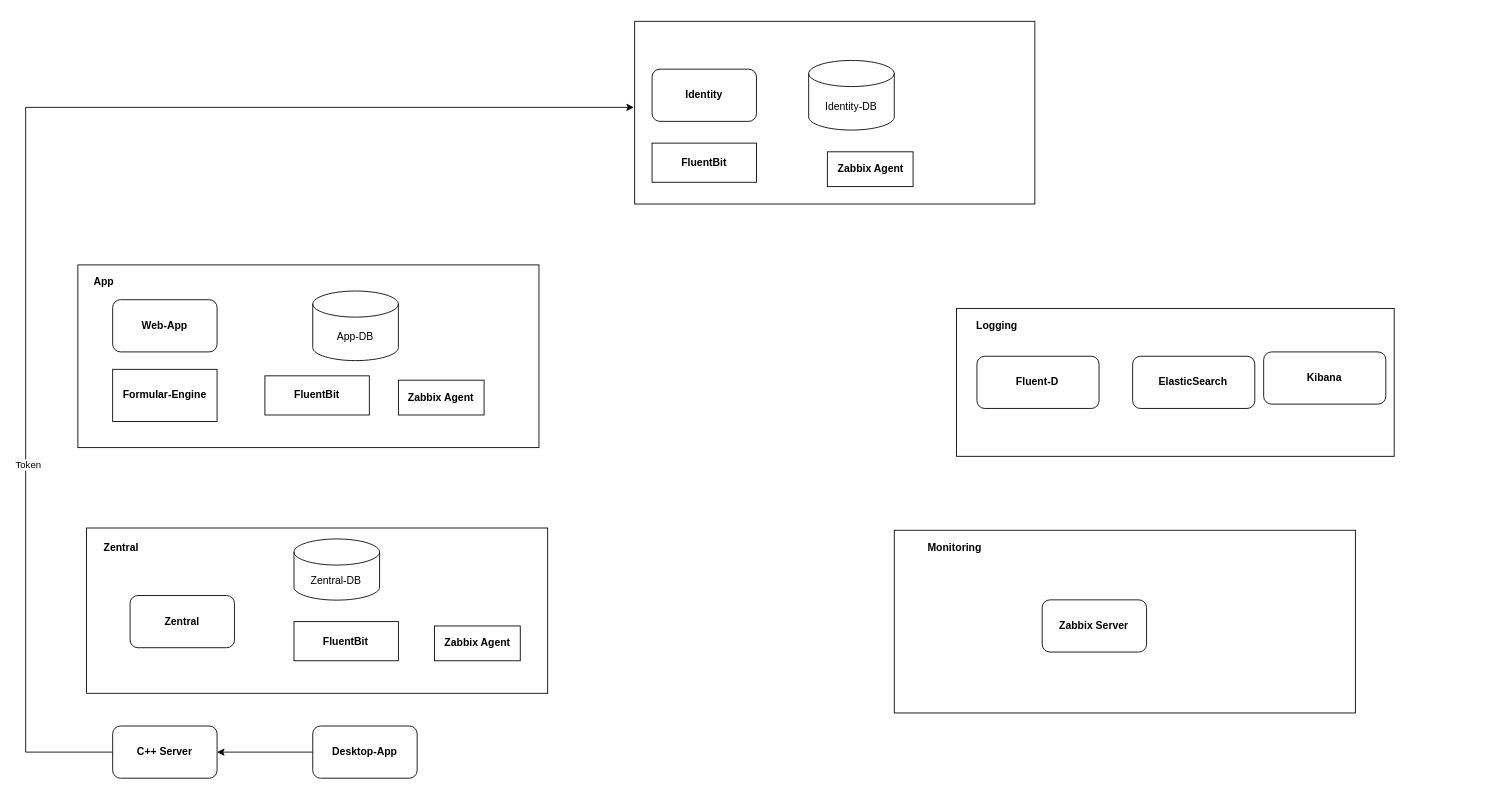
Before: NextGen.drawio in mats68/next-gen-diagramm, a draw.io diagram. Source tidied: cells renumbered, new cells numbered last; positions are measured from the earlier drawing's top-left corner, leaving out a move shared by most shapes. Both pictures are drawn from the tidied source at 87%, with x=0, y=0 at pixel (25, 21).
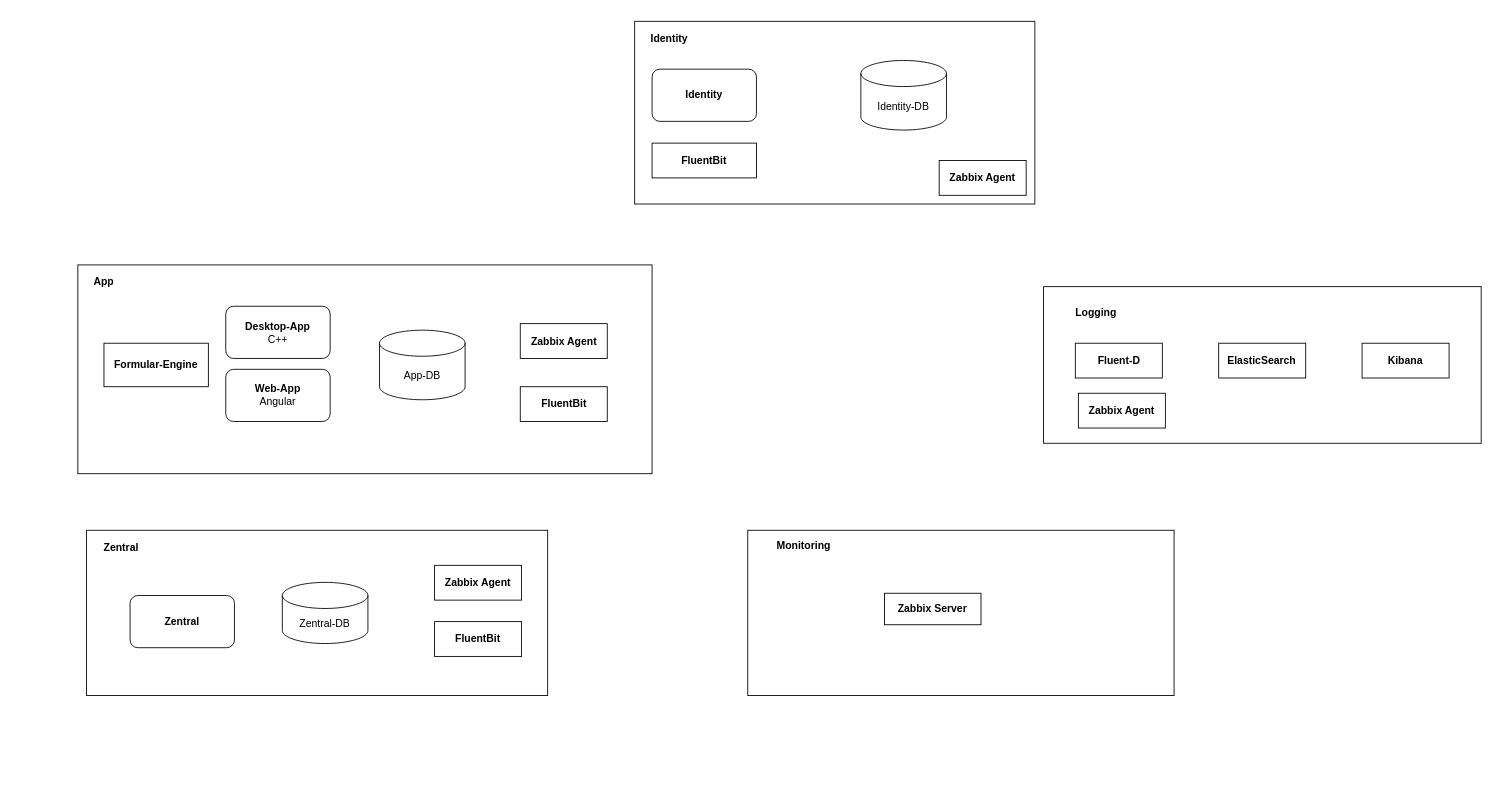
The same page after the edit.

The change refers to these unchanged cells:
```xml
<mxCell id="4" style="rounded=0;whiteSpace=wrap;html=1;" parent="1" vertex="1">
  <mxGeometry x="700" width="460" height="210" as="geometry" />
</mxCell>
```

Diff of the diagram source:
```diff
@@
     <mxCell id="2" style="rounded=0;whiteSpace=wrap;html=1;" parent="1" vertex="1">
-      <mxGeometry x="60" y="280" width="530" height="210" as="geometry" />
+      <mxGeometry x="60" y="280" width="660" height="240" as="geometry" />
     </mxCell>
-    <mxCell id="3" value="&lt;b&gt;Web-App&lt;br&gt;&lt;/b&gt;" style="rounded=1;whiteSpace=wrap;html=1;" parent="1" vertex="1">
-      <mxGeometry x="100" y="320" width="120" height="60" as="geometry" />
+    <mxCell id="3" value="&lt;b&gt;Web-App&lt;/b&gt;&lt;br&gt;Angular" style="rounded=1;whiteSpace=wrap;html=1;" parent="1" vertex="1">
+      <mxGeometry x="230" y="400" width="120" height="60" as="geometry" />
     </mxCell>
@@
-    <mxCell id="6" style="edgeStyle=elbowEdgeStyle;rounded=0;jettySize=auto;html=1;exitX=0;exitY=0.5;exitDx=0;exitDy=0;entryX=-0.002;entryY=0.471;entryDx=0;entryDy=0;entryPerimeter=0;" parent="1" edge="1" source="8" target="4">
-      <mxGeometry relative="1" as="geometry">
-        <Array as="points">
-          <mxPoint y="380" />
-          <mxPoint x="190" y="90" />
-          <mxPoint x="30" y="450" />
-        </Array>
-      </mxGeometry>
-    </mxCell>
-    <mxCell id="7" value="Token" style="edgeLabel;html=1;align=center;verticalAlign=middle;" parent="6" vertex="1">
-      <mxGeometry x="-0.44" y="-2" relative="1" as="geometry" />
-    </mxCell>
-    <mxCell id="8" value="&lt;b&gt;C++ Server&lt;/b&gt;" style="rounded=1;whiteSpace=wrap;html=1;" parent="1" vertex="1">
-      <mxGeometry x="100" y="810" width="120" height="60" as="geometry" />
-    </mxCell>
-    <mxCell id="9" style="edgeStyle=elbowEdgeStyle;rounded=0;jettySize=auto;html=1;exitX=0;exitY=0.5;exitDx=0;exitDy=0;entryX=1;entryY=0.5;entryDx=0;entryDy=0;" parent="1" edge="1" source="10" target="8">
-      <mxGeometry relative="1" as="geometry" />
-    </mxCell>
-    <mxCell id="10" value="&lt;b&gt;Desktop-App&lt;/b&gt;" style="rounded=1;whiteSpace=wrap;html=1;" parent="1" vertex="1">
-      <mxGeometry x="330" y="810" width="120" height="60" as="geometry" />
+    <mxCell id="10" value="&lt;b&gt;Desktop-App&lt;/b&gt;&lt;br&gt;C++" style="rounded=1;whiteSpace=wrap;html=1;" parent="1" vertex="1">
+      <mxGeometry x="230" y="327.5" width="120" height="60" as="geometry" />
     </mxCell>
     <mxCell id="11" value="Formular-Engine" style="rounded=0;whiteSpace=wrap;html=1;fontStyle=1;" parent="1" vertex="1">
-      <mxGeometry x="100" y="400" width="120" height="60" as="geometry" />
+      <mxGeometry x="90" y="370" width="120" height="50" as="geometry" />
     </mxCell>
-    <mxCell id="12" style="group;" parent="1" vertex="1">
-      <mxGeometry x="1070" y="330" width="503" height="170" as="geometry" />
-    </mxCell>
-    <mxCell id="13" style="rounded=0;whiteSpace=wrap;html=1;" parent="12" vertex="1">
-      <mxGeometry width="503" height="170" as="geometry" />
-    </mxCell>
-    <mxCell id="14" style="group;" parent="12" vertex="1">
-      <mxGeometry x="23.4" y="10" width="470" height="105" as="geometry" />
-    </mxCell>
-    <mxCell id="15" value="&lt;b&gt;Logging&lt;/b&gt;" style="text;html=1;strokeColor=none;fillColor=none;align=center;verticalAlign=middle;whiteSpace=wrap;rounded=0;" parent="14" vertex="1">
-      <mxGeometry width="46.8" height="20" as="geometry" />
-    </mxCell>
-    <mxCell id="16" value="&lt;b&gt;Fluent-D&lt;/b&gt;" style="rounded=1;whiteSpace=wrap;html=1;" parent="14" vertex="1">
-      <mxGeometry y="45" width="140.4" height="60" as="geometry" />
-    </mxCell>
-    <mxCell id="17" value="&lt;b&gt;ElasticSearch&lt;br&gt;&lt;/b&gt;" style="rounded=1;whiteSpace=wrap;html=1;" parent="14" vertex="1">
-      <mxGeometry x="179" y="45" width="140.4" height="60" as="geometry" />
-    </mxCell>
-    <mxCell id="18" value="&lt;b&gt;Kibana&lt;/b&gt;" style="rounded=1;whiteSpace=wrap;html=1;" parent="14" vertex="1">
-      <mxGeometry x="329.6" y="40" width="140.4" height="60" as="geometry" />
-    </mxCell>
@@
     <mxCell id="22" value="App-DB" style="shape=cylinder3;whiteSpace=wrap;html=1;boundedLbl=1;backgroundOutline=1;size=15;" parent="1" vertex="1">
-      <mxGeometry x="330" y="310" width="98.4" height="80" as="geometry" />
+      <mxGeometry x="406.7" y="355" width="98.4" height="80" as="geometry" />
     </mxCell>
@@
     <mxCell id="24" value="Identity-DB" style="shape=cylinder3;whiteSpace=wrap;html=1;boundedLbl=1;backgroundOutline=1;size=15;" parent="1" vertex="1">
-      <mxGeometry x="900" y="45" width="98.4" height="80" as="geometry" />
+      <mxGeometry x="960" y="45" width="98.4" height="80" as="geometry" />
     </mxCell>
     <mxCell id="25" style="rounded=0;whiteSpace=wrap;html=1;" parent="1" vertex="1">
-      <mxGeometry x="70" y="582.4" width="530" height="190" as="geometry" />
+      <mxGeometry x="70" y="585" width="530" height="190" as="geometry" />
     </mxCell>
@@
     <mxCell id="27" value="Zentral-DB" style="shape=cylinder3;whiteSpace=wrap;html=1;boundedLbl=1;backgroundOutline=1;size=15;" parent="1" vertex="1">
-      <mxGeometry x="308.4" y="595" width="98.4" height="70.3" as="geometry" />
+      <mxGeometry x="295" y="644.9" width="98.4" height="70.3" as="geometry" />
     </mxCell>
@@
     <mxCell id="29" value="&lt;b&gt;FluentBit&lt;/b&gt;" style="rounded=0;whiteSpace=wrap;html=1;" parent="1" vertex="1">
-      <mxGeometry x="720" y="140" width="120" height="45" as="geometry" />
+      <mxGeometry x="720" y="140" width="120" height="40" as="geometry" />
     </mxCell>
     <mxCell id="30" value="&lt;b&gt;FluentBit&lt;/b&gt;" style="rounded=0;whiteSpace=wrap;html=1;" parent="1" vertex="1">
-      <mxGeometry x="308.4" y="690" width="120" height="45" as="geometry" />
+      <mxGeometry x="470" y="690" width="100" height="40" as="geometry" />
     </mxCell>
     <mxCell id="31" value="&lt;b&gt;FluentBit&lt;/b&gt;" style="rounded=0;whiteSpace=wrap;html=1;" parent="1" vertex="1">
-      <mxGeometry x="275" y="407.5" width="120" height="45" as="geometry" />
+      <mxGeometry x="568.5" y="420" width="100" height="40" as="geometry" />
     </mxCell>
     <mxCell id="32" value="&lt;b&gt;Zabbix Agent&lt;/b&gt;" style="rounded=0;whiteSpace=wrap;html=1;" parent="1" vertex="1">
-      <mxGeometry x="921.5" y="150" width="98.5" height="40" as="geometry" />
+      <mxGeometry x="1050" y="160" width="100" height="40" as="geometry" />
     </mxCell>
     <mxCell id="33" value="&lt;b&gt;Zabbix Agent&lt;/b&gt;" style="rounded=0;whiteSpace=wrap;html=1;" parent="1" vertex="1">
-      <mxGeometry x="428.4" y="412.5" width="98.5" height="40" as="geometry" />
+      <mxGeometry x="568.5" y="347.5" width="100" height="40" as="geometry" />
     </mxCell>
     <mxCell id="34" value="&lt;b&gt;Zabbix Agent&lt;/b&gt;" style="rounded=0;whiteSpace=wrap;html=1;" parent="1" vertex="1">
-      <mxGeometry x="470" y="695" width="98.5" height="40" as="geometry" />
+      <mxGeometry x="470" y="625.3" width="100" height="40" as="geometry" />
     </mxCell>
     <mxCell id="35" style="group;" parent="1" vertex="1">
-      <mxGeometry x="998.4" y="585" width="530" height="210" as="geometry" />
+      <mxGeometry x="830" y="585" width="490" height="190" as="geometry" />
     </mxCell>
     <mxCell id="36" style="rounded=0;whiteSpace=wrap;html=1;" parent="35" vertex="1">
-      <mxGeometry width="530" height="210" as="geometry" />
+      <mxGeometry width="490" height="190" as="geometry" />
     </mxCell>
     <mxCell id="37" value="Monitoring&lt;br&gt;" style="text;html=1;strokeColor=none;fillColor=none;align=center;verticalAlign=middle;whiteSpace=wrap;rounded=0;fontStyle=1;" parent="35" vertex="1">
-      <mxGeometry y="10" width="140" height="20" as="geometry" />
+      <mxGeometry y="9" width="129.4" height="18.1" as="geometry" />
     </mxCell>
-    <mxCell id="38" value="&lt;b&gt;Zabbix Server&lt;/b&gt;" style="rounded=1;whiteSpace=wrap;html=1;" parent="35" vertex="1">
-      <mxGeometry x="170" y="80" width="120" height="60" as="geometry" />
+    <mxCell id="38" value="&lt;b&gt;Zabbix Server&lt;/b&gt;" style="rounded=0;whiteSpace=wrap;html=1;" parent="35" vertex="1">
+      <mxGeometry x="157.2" y="72.4" width="110.9" height="36.2" as="geometry" />
     </mxCell>
+    <mxCell id="39" value="&lt;b&gt;Identity&lt;/b&gt;" style="text;html=1;strokeColor=none;fillColor=none;align=center;verticalAlign=middle;whiteSpace=wrap;rounded=0;" parent="1" vertex="1">
+      <mxGeometry x="720" y="10" width="40" height="20" as="geometry" />
+    </mxCell>
+    <mxCell id="40" style="group;" parent="1" vertex="1">
+      <mxGeometry x="1170" y="305" width="503" height="180" as="geometry" />
+    </mxCell>
+    <mxCell id="13" style="rounded=0;whiteSpace=wrap;html=1;" parent="40" vertex="1">
+      <mxGeometry width="503" height="180" as="geometry" />
+    </mxCell>
+    <mxCell id="15" value="&lt;b&gt;Logging&lt;/b&gt;" style="text;html=1;strokeColor=none;fillColor=none;align=center;verticalAlign=middle;whiteSpace=wrap;rounded=0;" parent="40" vertex="1">
+      <mxGeometry x="36.5" y="20" width="46.8" height="20" as="geometry" />
+    </mxCell>
+    <mxCell id="16" value="&lt;b&gt;Fluent-D&lt;/b&gt;" style="rounded=0;whiteSpace=wrap;html=1;" parent="40" vertex="1">
+      <mxGeometry x="36.5" y="65" width="100" height="40" as="geometry" />
+    </mxCell>
+    <mxCell id="17" value="&lt;b&gt;ElasticSearch&lt;br&gt;&lt;/b&gt;" style="rounded=0;whiteSpace=wrap;html=1;" parent="40" vertex="1">
+      <mxGeometry x="201.3" y="65" width="100" height="40" as="geometry" />
+    </mxCell>
+    <mxCell id="18" value="&lt;b&gt;Kibana&lt;/b&gt;" style="rounded=0;whiteSpace=wrap;html=1;" parent="40" vertex="1">
+      <mxGeometry x="366.1" y="65" width="100" height="40" as="geometry" />
+    </mxCell>
+    <mxCell id="41" value="&lt;b&gt;Zabbix Agent&lt;/b&gt;" style="rounded=0;whiteSpace=wrap;html=1;" parent="40" vertex="1">
+      <mxGeometry x="40" y="122.5" width="100" height="40" as="geometry" />
+    </mxCell>
```
